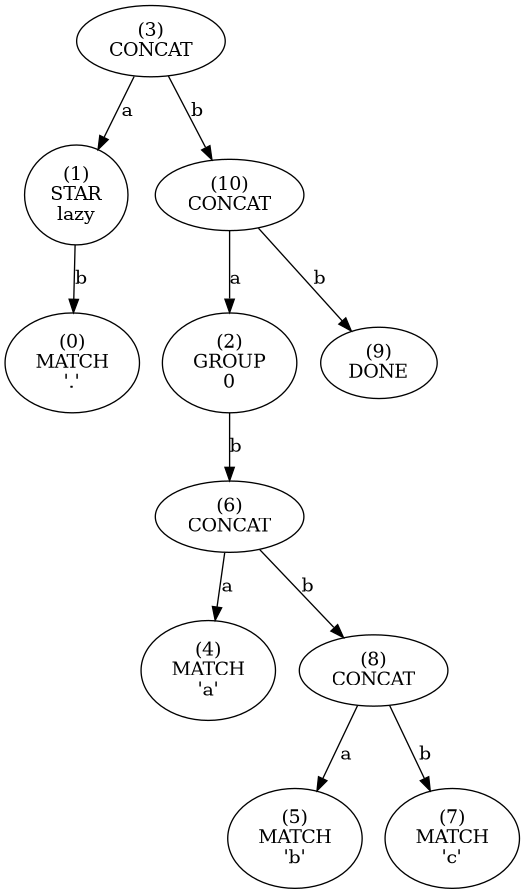
This is tree.png from essele/rele, a Graphviz export, as it was before one commit. Its source is kept beside it as tree.dot.
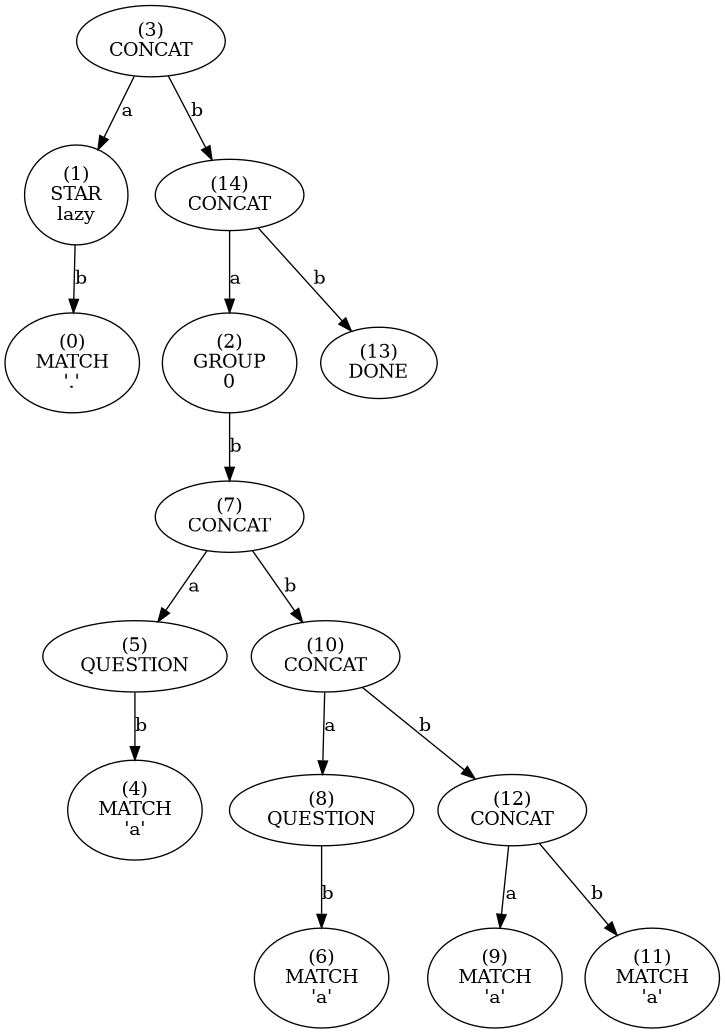
The same diagram one commit later.

Diff of the diagram source:
```diff
@@ -1,45 +1,81 @@
 digraph tree {
-    n0xc44a8a4a1330 [label="(3)
+    n0xc42c490cf330 [label="(3)
 CONCAT
 "];
-    n0xc44a8a4a1330 -> n0xc44a8a4a12f0 [label="a"];
-    n0xc44a8a4a12f0 [label="(1)
+    n0xc42c490cf330 -> n0xc42c490cf2f0 [label="a"];
+    n0xc42c490cf2f0 [label="(1)
 STAR
 lazy"];
-    n0xc44a8a4a12f0 -> n0xc44a8a4a12d0 [label="b"];
-    n0xc44a8a4a12d0 [label="(0)
+    n0xc42c490cf2f0 -> n0xc42c490cf2d0 [label="b"];
+    n0xc42c490cf2d0 [label="(0)
 MATCH
 '.'"];
-    n0xc44a8a4a1330 -> n0xc44a8a4a1410 [label="b"];
-    n0xc44a8a4a1410 [label="(10)
+    n0xc42c490cf330 -> n0xc42c490cf530 [label="b"];
+    n0xc42c490cf530 [label="(19)
 CONCAT
 "];
-    n0xc44a8a4a1410 -> n0xc44a8a4a1310 [label="a"];
-    n0xc44a8a4a1310 [label="(2)
+    n0xc42c490cf530 -> n0xc42c490cf310 [label="a"];
+    n0xc42c490cf310 [label="(2)
 GROUP
 0"];
-    n0xc44a8a4a1310 -> n0xc44a8a4a1390 [label="b"];
-    n0xc44a8a4a1390 [label="(6)
+    n0xc42c490cf310 -> n0xc42c490cf3b0 [label="b"];
+    n0xc42c490cf3b0 [label="(7)
 CONCAT
 "];
-    n0xc44a8a4a1390 -> n0xc44a8a4a1350 [label="a"];
-    n0xc44a8a4a1350 [label="(4)
+    n0xc42c490cf3b0 -> n0xc42c490cf370 [label="a"];
+    n0xc42c490cf370 [label="(5)
+QUESTION
+"];
+    n0xc42c490cf370 -> n0xc42c490cf350 [label="b"];
+    n0xc42c490cf350 [label="(4)
 MATCH
 'a'"];
-    n0xc44a8a4a1390 -> n0xc44a8a4a13d0 [label="b"];
-    n0xc44a8a4a13d0 [label="(8)
+    n0xc42c490cf3b0 -> n0xc42c490cf410 [label="b"];
+    n0xc42c490cf410 [label="(10)
 CONCAT
 "];
-    n0xc44a8a4a13d0 -> n0xc44a8a4a1370 [label="a"];
-    n0xc44a8a4a1370 [label="(5)
+    n0xc42c490cf410 -> n0xc42c490cf3d0 [label="a"];
+    n0xc42c490cf3d0 [label="(8)
+QUESTION
+"];
+    n0xc42c490cf3d0 -> n0xc42c490cf390 [label="b"];
+    n0xc42c490cf390 [label="(6)
 MATCH
-'b'"];
-    n0xc44a8a4a13d0 -> n0xc44a8a4a13b0 [label="b"];
-    n0xc44a8a4a13b0 [label="(7)
+'a'"];
+    n0xc42c490cf410 -> n0xc42c490cf470 [label="b"];
+    n0xc42c490cf470 [label="(13)
+CONCAT
+"];
+    n0xc42c490cf470 -> n0xc42c490cf430 [label="a"];
+    n0xc42c490cf430 [label="(11)
+QUESTION
+"];
+    n0xc42c490cf430 -> n0xc42c490cf3f0 [label="b"];
+    n0xc42c490cf3f0 [label="(9)
 MATCH
-'c'"];
-    n0xc44a8a4a1410 -> n0xc44a8a4a13f0 [label="b"];
-    n0xc44a8a4a13f0 [label="(9)
+'a'"];
+    n0xc42c490cf470 -> n0xc42c490cf4b0 [label="b"];
+    n0xc42c490cf4b0 [label="(15)
+CONCAT
+"];
+    n0xc42c490cf4b0 -> n0xc42c490cf450 [label="a"];
+    n0xc42c490cf450 [label="(12)
+MATCH
+'a'"];
+    n0xc42c490cf4b0 -> n0xc42c490cf4f0 [label="b"];
+    n0xc42c490cf4f0 [label="(17)
+CONCAT
+"];
+    n0xc42c490cf4f0 -> n0xc42c490cf490 [label="a"];
+    n0xc42c490cf490 [label="(14)
+MATCH
+'a'"];
+    n0xc42c490cf4f0 -> n0xc42c490cf4d0 [label="b"];
+    n0xc42c490cf4d0 [label="(16)
+MATCH
+'a'"];
+    n0xc42c490cf530 -> n0xc42c490cf510 [label="b"];
+    n0xc42c490cf510 [label="(18)
 DONE
 "];
 }
```
